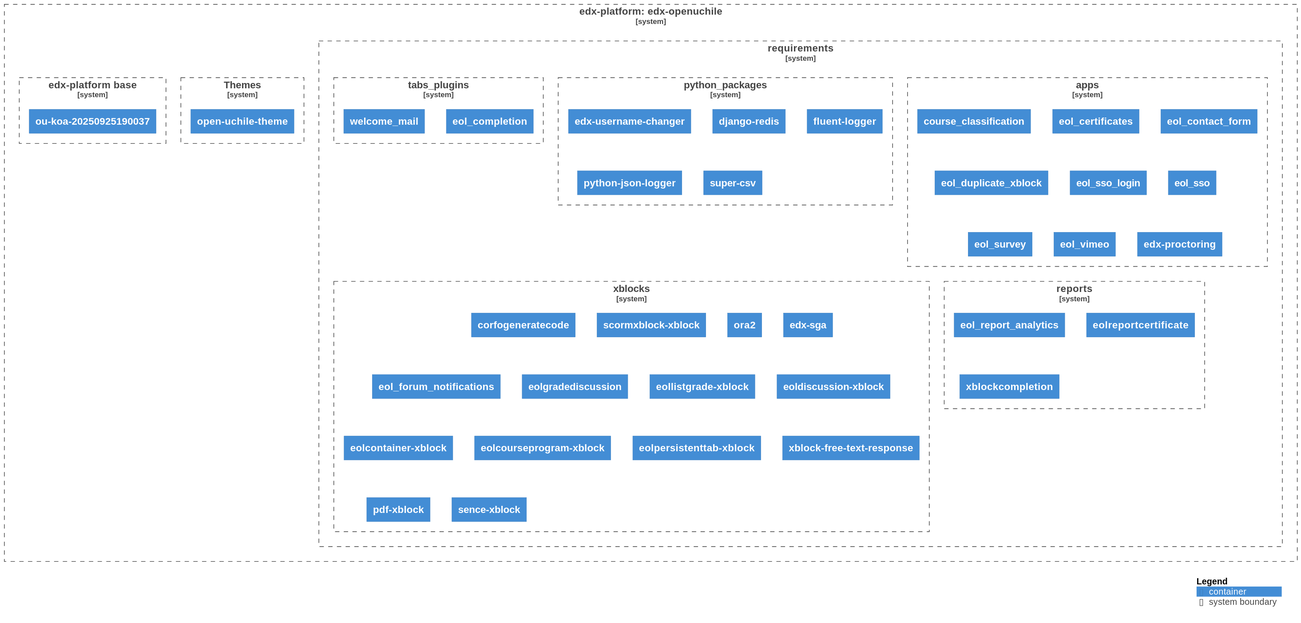
This is diagrams/diagram.svg from eol-uchile/edx-openuchile, a PlantUML export, as it was before one commit.
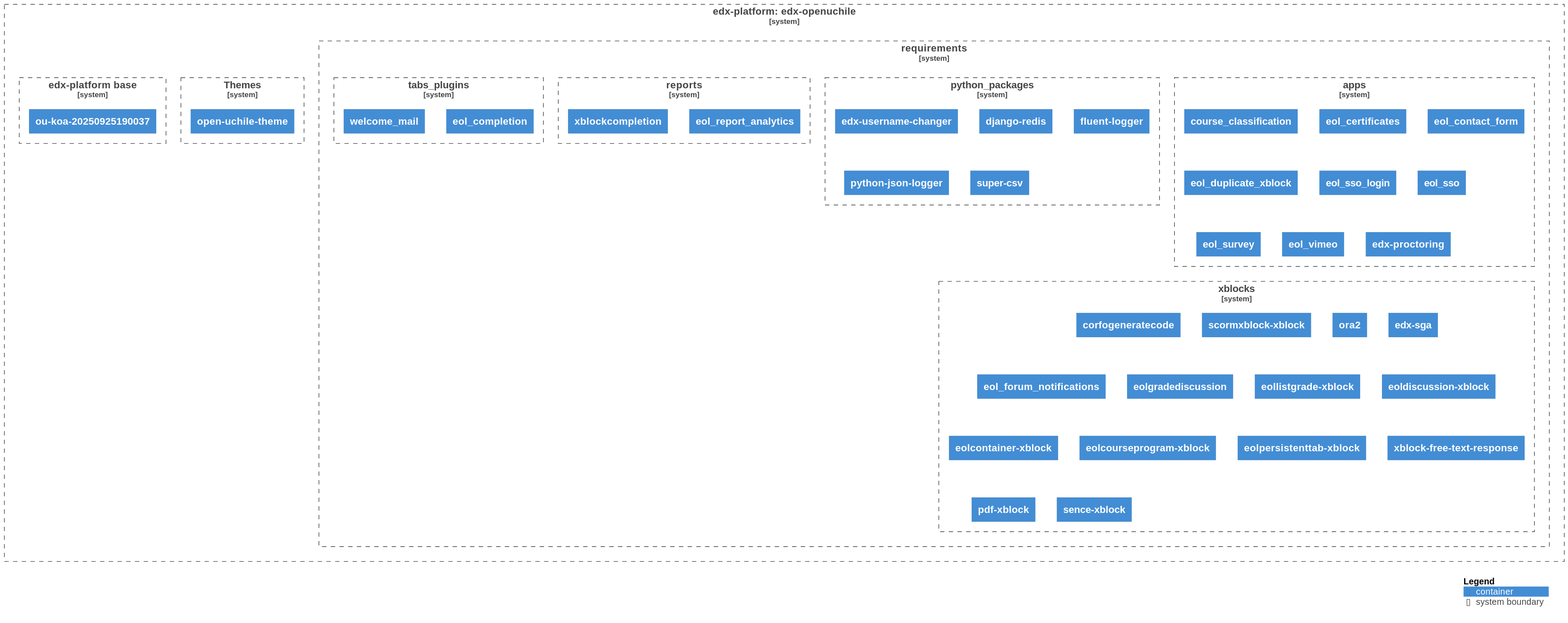
Later version of the same file.

Commit message:
chore: Auto-generate UML diagram

The edit, as a diff of the source:
```diff
@@ -11,7 +11,7 @@
 
                 Container(apps1, "course_classification", $link="https://github.com/eol-uchile/course_classification/releases/tag/1.2.1")
 
-                Container(apps2, "eol_certificates", $link="https://github.com/eol-uchile/eol-certificates/releases/tag/0.1.0")
+                Container(apps2, "eol_certificates", $link="https://github.com/eol-uchile/eol-certificates/releases/tag/0.2.0")
 
                 Container(apps3, "eol_contact_form", $link="https://github.com/eol-uchile/eol_contact_form/releases/tag/0.5.3")
 
@@ -47,9 +47,7 @@
 
                 Container(reports1, "eol_report_analytics", $link="https://github.com/eol-uchile/eol_report_analytics/releases/tag/2.1.0")
 
-                Container(reports2, "eolreportcertificate", $link="https://github.com/eol-uchile/eol_report_certificate/releases/tag/2.1.1")
-
-                Container(reports3, "xblockcompletion", $link="https://github.com/eol-uchile/eol_xblock_completion/releases/tag/1.1.0")
+                Container(reports2, "xblockcompletion", $link="https://github.com/eol-uchile/eol_xblock_completion/releases/tag/1.1.0")
 
             }
 
```
